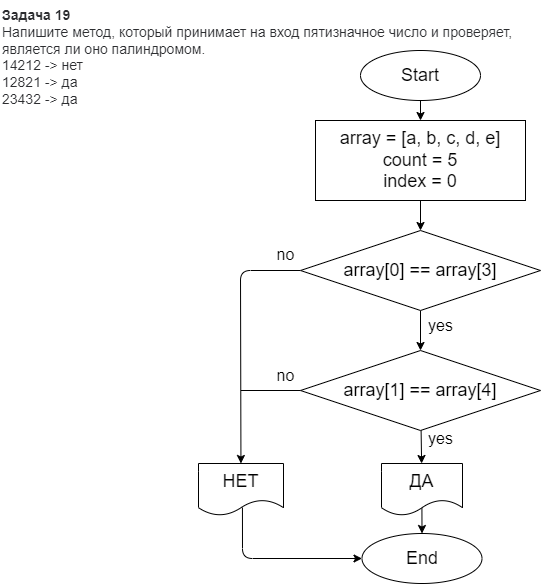
Above: Task_1/diagram.drawio.png in LiudmilaKozenkova/Seminar3_CSharp_Homework (draw.io), before the change. Source tidied: cells renumbered, new cells last; positions are measured from the earlier drawing's top-left corner, leaving out a move shared by most shapes. Its diagram source:
```xml
<mxGraphModel>
  <root>
    <mxCell id="0" />
    <mxCell id="1" parent="0" />
    <mxCell id="2" value="&lt;p style=&quot;box-sizing: border-box; margin: 0px; font-weight: 400; color: rgb(44, 45, 48); font-family: roboto, &amp;quot;san francisco&amp;quot;, &amp;quot;helvetica neue&amp;quot;, helvetica, arial; font-size: 14px; font-style: normal; letter-spacing: normal; text-indent: 0px; text-transform: none; word-spacing: 0px; background-color: rgb(255, 255, 255);&quot;&gt;&lt;strong style=&quot;box-sizing: border-box ; font-weight: 700&quot;&gt;Задача 19&lt;/strong&gt;&lt;/p&gt;&lt;p style=&quot;box-sizing: border-box; margin: 0px; font-weight: 400; color: rgb(44, 45, 48); font-family: roboto, &amp;quot;san francisco&amp;quot;, &amp;quot;helvetica neue&amp;quot;, helvetica, arial; font-size: 14px; font-style: normal; letter-spacing: normal; text-indent: 0px; text-transform: none; word-spacing: 0px; background-color: rgb(255, 255, 255);&quot;&gt;Напишите метод, который принимает на вход пятизначное число и проверяет, является ли оно палиндромом.&lt;/p&gt;&lt;p style=&quot;box-sizing: border-box; margin: 0px; font-weight: 400; color: rgb(44, 45, 48); font-family: roboto, &amp;quot;san francisco&amp;quot;, &amp;quot;helvetica neue&amp;quot;, helvetica, arial; font-size: 14px; font-style: normal; letter-spacing: normal; text-indent: 0px; text-transform: none; word-spacing: 0px; background-color: rgb(255, 255, 255);&quot;&gt;14212 -&amp;gt; нет&lt;/p&gt;&lt;p style=&quot;box-sizing: border-box; margin: 0px; font-weight: 400; color: rgb(44, 45, 48); font-family: roboto, &amp;quot;san francisco&amp;quot;, &amp;quot;helvetica neue&amp;quot;, helvetica, arial; font-size: 14px; font-style: normal; letter-spacing: normal; text-indent: 0px; text-transform: none; word-spacing: 0px; background-color: rgb(255, 255, 255);&quot;&gt;12821 -&amp;gt; да&lt;/p&gt;&lt;p style=&quot;box-sizing: border-box; margin: 0px; font-weight: 400; color: rgb(44, 45, 48); font-family: roboto, &amp;quot;san francisco&amp;quot;, &amp;quot;helvetica neue&amp;quot;, helvetica, arial; font-size: 14px; font-style: normal; letter-spacing: normal; text-indent: 0px; text-transform: none; word-spacing: 0px; background-color: rgb(255, 255, 255);&quot;&gt;23432 -&amp;gt; да&lt;/p&gt;" style="text;whiteSpace=wrap;html=1;" parent="1" vertex="1">
      <mxGeometry width="550" height="100" as="geometry" />
    </mxCell>
    <mxCell id="3" style="edgeStyle=none;html=1;fontSize=18;" parent="1" edge="1" source="4" target="6">
      <mxGeometry relative="1" as="geometry" />
    </mxCell>
    <mxCell id="4" value="&lt;font style=&quot;font-size: 18px&quot;&gt;Start&lt;/font&gt;" style="ellipse;whiteSpace=wrap;html=1;" parent="1" vertex="1">
      <mxGeometry x="360" y="50" width="120" height="50" as="geometry" />
    </mxCell>
    <mxCell id="5" style="edgeStyle=none;html=1;fontSize=18;" parent="1" edge="1" source="6" target="9">
      <mxGeometry relative="1" as="geometry" />
    </mxCell>
    <mxCell id="6" value="&lt;font style=&quot;font-size: 18px&quot;&gt;array = [a, b, c, d, e]&lt;br&gt;count = 5&lt;br&gt;index = 0&lt;/font&gt;" style="whiteSpace=wrap;html=1;" parent="1" vertex="1">
      <mxGeometry x="315" y="120" width="210" height="80" as="geometry" />
    </mxCell>
    <mxCell id="7" style="edgeStyle=none;html=1;fontSize=18;" parent="1" edge="1" source="9" target="11">
      <mxGeometry relative="1" as="geometry" />
    </mxCell>
    <mxCell id="8" style="edgeStyle=none;html=1;fontSize=16;exitX=0;exitY=0.5;exitDx=0;exitDy=0;" parent="1" edge="1" source="9" target="14">
      <mxGeometry relative="1" as="geometry">
        <Array as="points">
          <mxPoint x="240" y="270" />
        </Array>
      </mxGeometry>
    </mxCell>
    <mxCell id="9" value="&lt;font style=&quot;font-size: 18px&quot;&gt;array[0] == array[3]&lt;/font&gt;" style="rhombus;whiteSpace=wrap;html=1;" parent="1" vertex="1">
      <mxGeometry x="300" y="230" width="240" height="80" as="geometry" />
    </mxCell>
    <mxCell id="10" style="edgeStyle=none;html=1;fontSize=16;" parent="1" edge="1" source="11" target="19">
      <mxGeometry relative="1" as="geometry" />
    </mxCell>
    <mxCell id="11" value="&lt;font style=&quot;font-size: 18px&quot;&gt;array[1] == array[4]&lt;/font&gt;" style="rhombus;whiteSpace=wrap;html=1;" parent="1" vertex="1">
      <mxGeometry x="300" y="350" width="240" height="80" as="geometry" />
    </mxCell>
    <mxCell id="12" value="&lt;font style=&quot;font-size: 16px&quot;&gt;yes&lt;/font&gt;" style="text;html=1;align=center;verticalAlign=middle;strokeColor=none;fillColor=none;fontSize=18;" parent="1" vertex="1">
      <mxGeometry x="420" y="310" width="40" height="30" as="geometry" />
    </mxCell>
    <mxCell id="13" style="edgeStyle=none;html=1;fontSize=18;entryX=0;entryY=0.5;entryDx=0;entryDy=0;exitX=0.517;exitY=0.847;exitDx=0;exitDy=0;exitPerimeter=0;" parent="1" edge="1" source="14" target="20">
      <mxGeometry relative="1" as="geometry">
        <Array as="points">
          <mxPoint x="242" y="558" />
        </Array>
      </mxGeometry>
    </mxCell>
    <mxCell id="14" value="&lt;font style=&quot;font-size: 18px&quot;&gt;НЕТ&lt;/font&gt;" style="shape=document;whiteSpace=wrap;html=1;boundedLbl=1;" parent="1" vertex="1">
      <mxGeometry x="198" y="463" width="85" height="52" as="geometry" />
    </mxCell>
    <mxCell id="15" value="&lt;font style=&quot;font-size: 16px&quot;&gt;no&lt;/font&gt;" style="text;html=1;align=center;verticalAlign=middle;strokeColor=none;fillColor=none;fontSize=18;" parent="1" vertex="1">
      <mxGeometry x="270" y="239" width="30" height="30" as="geometry" />
    </mxCell>
    <mxCell id="16" value="&lt;font style=&quot;font-size: 16px&quot;&gt;no&lt;/font&gt;" style="text;html=1;align=center;verticalAlign=middle;strokeColor=none;fillColor=none;fontSize=18;" parent="1" vertex="1">
      <mxGeometry x="270" y="360" width="30" height="30" as="geometry" />
    </mxCell>
    <mxCell id="17" style="endArrow=none;html=1;fontSize=16;exitX=0;exitY=0.5;exitDx=0;exitDy=0;" parent="1" edge="1" source="11">
      <mxGeometry relative="1" as="geometry">
        <mxPoint x="240.4" y="390" as="targetPoint" />
      </mxGeometry>
    </mxCell>
    <mxCell id="18" style="edgeStyle=none;html=1;fontSize=18;exitX=0.499;exitY=0.833;exitDx=0;exitDy=0;exitPerimeter=0;" parent="1" edge="1" source="19" target="20">
      <mxGeometry relative="1" as="geometry" />
    </mxCell>
    <mxCell id="19" value="&lt;font style=&quot;font-size: 18px&quot;&gt;ДА&lt;/font&gt;" style="shape=document;whiteSpace=wrap;html=1;boundedLbl=1;" parent="1" vertex="1">
      <mxGeometry x="381" y="463" width="81" height="52" as="geometry" />
    </mxCell>
    <mxCell id="20" value="&lt;span style=&quot;font-size: 18px&quot;&gt;End&lt;/span&gt;" style="ellipse;whiteSpace=wrap;html=1;" parent="1" vertex="1">
      <mxGeometry x="361.5" y="533" width="120" height="50" as="geometry" />
    </mxCell>
    <mxCell id="21" value="&lt;font style=&quot;font-size: 16px&quot;&gt;yes&lt;/font&gt;" style="text;html=1;align=center;verticalAlign=middle;strokeColor=none;fillColor=none;fontSize=18;" parent="1" vertex="1">
      <mxGeometry x="420" y="423" width="40" height="30" as="geometry" />
    </mxCell>
  </root>
</mxGraphModel>
```
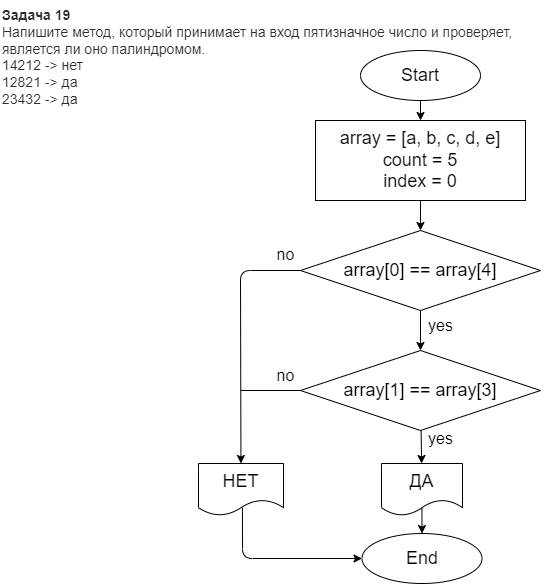
The same file after the commit.

The edit, as a diff of the source:
```diff
@@ -27,13 +27,13 @@
         </Array>
       </mxGeometry>
     </mxCell>
-    <mxCell id="9" value="&lt;font style=&quot;font-size: 18px&quot;&gt;array[0] == array[3]&lt;/font&gt;" style="rhombus;whiteSpace=wrap;html=1;" parent="1" vertex="1">
+    <mxCell id="9" value="&lt;font style=&quot;font-size: 18px&quot;&gt;array[0] == array[4]&lt;/font&gt;" style="rhombus;whiteSpace=wrap;html=1;" parent="1" vertex="1">
       <mxGeometry x="300" y="230" width="240" height="80" as="geometry" />
     </mxCell>
     <mxCell id="10" style="edgeStyle=none;html=1;fontSize=16;" parent="1" edge="1" source="11" target="19">
       <mxGeometry relative="1" as="geometry" />
     </mxCell>
-    <mxCell id="11" value="&lt;font style=&quot;font-size: 18px&quot;&gt;array[1] == array[4]&lt;/font&gt;" style="rhombus;whiteSpace=wrap;html=1;" parent="1" vertex="1">
+    <mxCell id="11" value="&lt;font style=&quot;font-size: 18px&quot;&gt;array[1] == array[3]&lt;/font&gt;" style="rhombus;whiteSpace=wrap;html=1;" parent="1" vertex="1">
       <mxGeometry x="300" y="350" width="240" height="80" as="geometry" />
     </mxCell>
     <mxCell id="12" value="&lt;font style=&quot;font-size: 16px&quot;&gt;yes&lt;/font&gt;" style="text;html=1;align=center;verticalAlign=middle;strokeColor=none;fillColor=none;fontSize=18;" parent="1" vertex="1">
```
